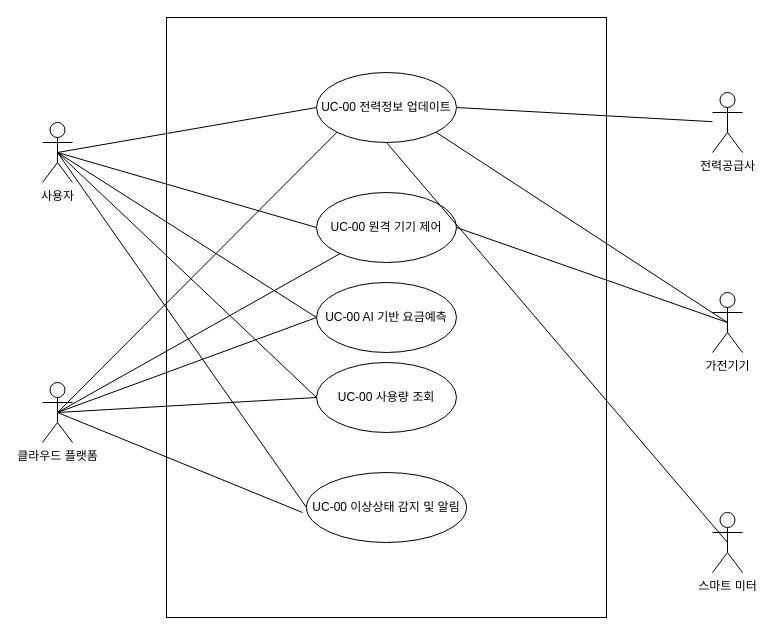
The draw.io diagram architecturalDrivers.drawio in GeniusHoon/AssociateArchitect, before the edit. Source tidied: cells renumbered, new cells numbered last; positions are measured from the earlier drawing's top-left corner, leaving out a move shared by most shapes. Both pictures are drawn from the tidied source at 100%, with x=0, y=0 at pixel (42, 17).
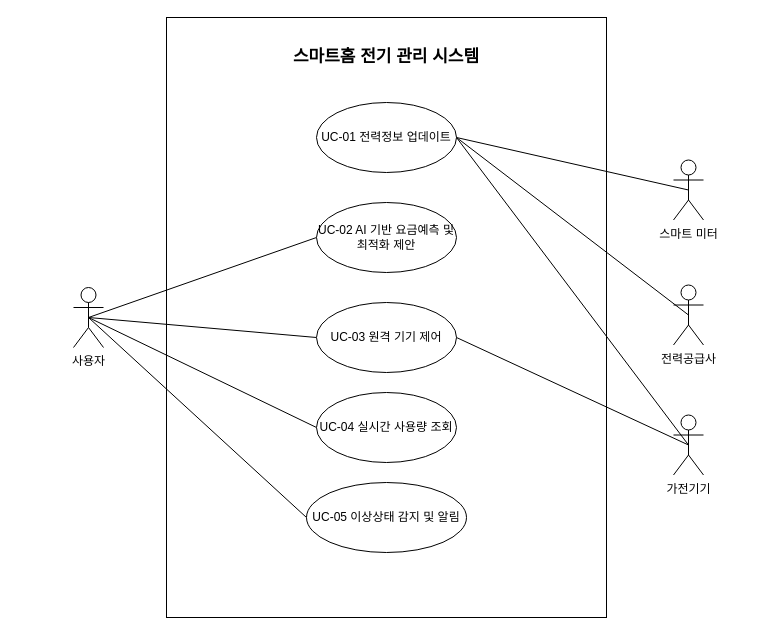
Above is the later version.

Diff of the diagram source:
```diff
@@
-    <mxCell id="2" style="rounded=0;whiteSpace=wrap;html=1;" parent="1" vertex="1">
+    <mxCell id="2" value="&lt;h3&gt;&lt;br&gt;&lt;/h3&gt;" style="rounded=0;whiteSpace=wrap;html=1;" parent="1" vertex="1">
       <mxGeometry x="124" width="440" height="600" as="geometry" />
     </mxCell>
-    <mxCell id="3" style="rounded=0;jettySize=auto;html=1;exitX=0.5;exitY=0.5;exitDx=0;exitDy=0;exitPerimeter=0;entryX=0;entryY=0.5;entryDx=0;entryDy=0;endArrow=none;endFill=0;" parent="1" edge="1" source="8" target="21">
-      <mxGeometry relative="1" as="geometry" />
-    </mxCell>
@@
     <mxCell id="8" value="사용자" style="shape=umlActor;verticalLabelPosition=bottom;verticalAlign=top;html=1;" parent="1" vertex="1">
-      <mxGeometry y="105" width="30" height="60" as="geometry" />
+      <mxGeometry x="31" y="270" width="30" height="60" as="geometry" />
     </mxCell>
     <mxCell id="9" value="가전기기" style="shape=umlActor;verticalLabelPosition=bottom;verticalAlign=top;html=1;" parent="1" vertex="1">
-      <mxGeometry x="670" y="275" width="30" height="60" as="geometry" />
+      <mxGeometry x="631" y="397.5" width="30" height="60" as="geometry" />
     </mxCell>
+    <mxCell id="27" style="rounded=0;jettySize=auto;html=1;exitX=0.5;exitY=0.5;exitDx=0;exitDy=0;exitPerimeter=0;endArrow=none;endFill=0;entryX=1;entryY=0.5;entryDx=0;entryDy=0;" parent="1" edge="1" source="10" target="21">
+      <mxGeometry relative="1" as="geometry" />
+    </mxCell>
     <mxCell id="10" value="스마트 미터" style="shape=umlActor;verticalLabelPosition=bottom;verticalAlign=top;html=1;" parent="1" vertex="1">
-      <mxGeometry x="670" y="495" width="30" height="60" as="geometry" />
+      <mxGeometry x="631" y="142.5" width="30" height="60" as="geometry" />
     </mxCell>
-    <mxCell id="11" style="rounded=0;jettySize=auto;html=1;exitX=0.5;exitY=0.5;exitDx=0;exitDy=0;exitPerimeter=0;endArrow=none;endFill=0;" parent="1" edge="1" source="15" target="19">
-      <mxGeometry relative="1" as="geometry" />
-    </mxCell>
-    <mxCell id="12" style="rounded=0;jettySize=auto;html=1;exitX=0.5;exitY=0.5;exitDx=0;exitDy=0;exitPerimeter=0;entryX=0;entryY=0.5;entryDx=0;entryDy=0;endArrow=none;endFill=0;" parent="1" edge="1" source="15" target="17">
-      <mxGeometry relative="1" as="geometry" />
-    </mxCell>
-    <mxCell id="13" style="rounded=0;jettySize=auto;html=1;exitX=0.5;exitY=0.5;exitDx=0;exitDy=0;exitPerimeter=0;entryX=0;entryY=0.5;entryDx=0;entryDy=0;endArrow=none;endFill=0;" parent="1" edge="1" source="15" target="18">
-      <mxGeometry relative="1" as="geometry" />
-    </mxCell>
-    <mxCell id="14" style="rounded=0;jettySize=auto;html=1;exitX=0.5;exitY=0.5;exitDx=0;exitDy=0;exitPerimeter=0;endArrow=none;endFill=0;jumpStyle=arc;" parent="1" edge="1" source="15">
-      <mxGeometry relative="1" as="geometry">
-        <mxPoint x="260" y="495" as="targetPoint" />
-      </mxGeometry>
-    </mxCell>
-    <mxCell id="15" value="클라우드 플랫폼" style="shape=umlActor;verticalLabelPosition=bottom;verticalAlign=top;html=1;" parent="1" vertex="1">
-      <mxGeometry y="365" width="30" height="60" as="geometry" />
-    </mxCell>
     <mxCell id="16" value="전력공급사" style="shape=umlActor;verticalLabelPosition=bottom;verticalAlign=top;html=1;" parent="1" vertex="1">
-      <mxGeometry x="670" y="75" width="30" height="60" as="geometry" />
+      <mxGeometry x="631" y="267.5" width="30" height="60" as="geometry" />
     </mxCell>
-    <mxCell id="17" value="UC-00 AI 기반 요금예측" style="ellipse;whiteSpace=wrap;html=1;" parent="1" vertex="1">
-      <mxGeometry x="274" y="265" width="140" height="70" as="geometry" />
+    <mxCell id="17" value="UC-02 AI 기반 요금예측 및 최적화 제안" style="ellipse;whiteSpace=wrap;html=1;" parent="1" vertex="1">
+      <mxGeometry x="274" y="185" width="140" height="70" as="geometry" />
     </mxCell>
-    <mxCell id="18" value="UC-00 사용량 조회" style="ellipse;whiteSpace=wrap;html=1;" parent="1" vertex="1">
-      <mxGeometry x="274" y="345" width="140" height="70" as="geometry" />
+    <mxCell id="18" value="UC-04 실시간 사용량 조회" style="ellipse;whiteSpace=wrap;html=1;" parent="1" vertex="1">
+      <mxGeometry x="274" y="375" width="140" height="70" as="geometry" />
     </mxCell>
-    <mxCell id="19" value="UC-00 원격 기기 제어" style="ellipse;whiteSpace=wrap;html=1;" parent="1" vertex="1">
-      <mxGeometry x="274" y="175" width="140" height="70" as="geometry" />
+    <mxCell id="19" value="UC-03 원격 기기 제어" style="ellipse;whiteSpace=wrap;html=1;" parent="1" vertex="1">
+      <mxGeometry x="274" y="285" width="140" height="70" as="geometry" />
     </mxCell>
-    <mxCell id="20" style="rounded=0;jettySize=auto;html=1;exitX=1;exitY=0.5;exitDx=0;exitDy=0;endArrow=none;endFill=0;" parent="1" edge="1" source="21" target="16">
+    <mxCell id="20" style="rounded=0;jettySize=auto;html=1;exitX=1;exitY=0.5;exitDx=0;exitDy=0;endArrow=none;endFill=0;entryX=0.5;entryY=0.5;entryDx=0;entryDy=0;entryPerimeter=0;" parent="1" edge="1" source="21" target="16">
       <mxGeometry relative="1" as="geometry" />
     </mxCell>
-    <mxCell id="21" value="UC-00 전력정보 업데이트" style="ellipse;whiteSpace=wrap;html=1;" parent="1" vertex="1">
-      <mxGeometry x="274" y="55" width="140" height="70" as="geometry" />
+    <mxCell id="21" value="UC-01 전력정보 업데이트" style="ellipse;whiteSpace=wrap;html=1;" parent="1" vertex="1">
+      <mxGeometry x="274" y="85" width="140" height="70" as="geometry" />
     </mxCell>
-    <mxCell id="22" value="UC-00 이상상태 감지 및 알림" style="ellipse;whiteSpace=wrap;html=1;" parent="1" vertex="1">
-      <mxGeometry x="264" y="455" width="160" height="70" as="geometry" />
+    <mxCell id="22" value="UC-05 이상상태 감지 및 알림" style="ellipse;whiteSpace=wrap;html=1;" parent="1" vertex="1">
+      <mxGeometry x="264" y="465" width="160" height="70" as="geometry" />
     </mxCell>
-    <mxCell id="23" style="rounded=0;jettySize=auto;html=1;exitX=0;exitY=1;exitDx=0;exitDy=0;entryX=0.5;entryY=0.5;entryDx=0;entryDy=0;entryPerimeter=0;endArrow=none;endFill=0;" parent="1" edge="1" source="21" target="15">
-      <mxGeometry relative="1" as="geometry" />
-    </mxCell>
+    <mxCell id="26" style="rounded=0;jettySize=auto;html=1;exitX=1;exitY=0.5;exitDx=0;exitDy=0;entryX=0.5;entryY=0.5;entryDx=0;entryDy=0;entryPerimeter=0;endArrow=none;endFill=0;" parent="1" edge="1" source="19" target="9">
+      <mxGeometry relative="1" as="geometry" />
+    </mxCell>
+    <mxCell id="28" value="스마트홈 전기 관리 시스템" style="text;html=1;align=center;verticalAlign=middle;whiteSpace=wrap;rounded=0;fontStyle=1;fontSize=17;" parent="1" vertex="1">
+      <mxGeometry x="237" y="25" width="214" height="30" as="geometry" />
+    </mxCell>
-    <mxCell id="24" style="rounded=0;jettySize=auto;html=1;exitX=1;exitY=1;exitDx=0;exitDy=0;entryX=0.5;entryY=0.5;entryDx=0;entryDy=0;entryPerimeter=0;endArrow=none;endFill=0;" parent="1" edge="1" source="21" target="9">
+    <mxCell id="24" style="rounded=0;jettySize=auto;html=1;exitX=1;exitY=0.5;exitDx=0;exitDy=0;entryX=0.5;entryY=0.5;entryDx=0;entryDy=0;entryPerimeter=0;endArrow=none;endFill=0;" parent="1" edge="1" source="21" target="9">
       <mxGeometry relative="1" as="geometry" />
     </mxCell>
-    <mxCell id="25" style="rounded=0;jettySize=auto;html=1;exitX=0.5;exitY=1;exitDx=0;exitDy=0;entryX=0.5;entryY=0.5;entryDx=0;entryDy=0;entryPerimeter=0;endArrow=none;endFill=0;" parent="1" edge="1" source="21" target="10">
-      <mxGeometry relative="1" as="geometry" />
-    </mxCell>
-    <mxCell id="26" style="rounded=0;jettySize=auto;html=1;exitX=1;exitY=0.5;exitDx=0;exitDy=0;entryX=0.5;entryY=0.5;entryDx=0;entryDy=0;entryPerimeter=0;endArrow=none;endFill=0;" parent="1" edge="1" source="19" target="9">
-      <mxGeometry relative="1" as="geometry" />
-    </mxCell>
```
